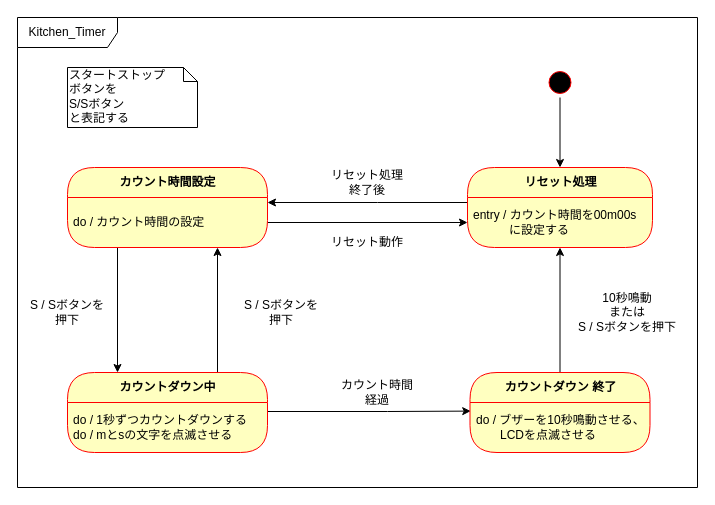
Before: page "ページ2" (1 of 2) of 資料/設計/状態遷移/状態遷移図v0.5.drawio in hakohumi/comp.Kitchen_Timer, a draw.io diagram. Source tidied: cells renumbered, new cells numbered last; positions are measured from the earlier drawing's top-left corner, leaving out a move shared by most shapes. Both pictures are drawn from the tidied source at 100%, with x=0, y=0 at pixel (17, 17).
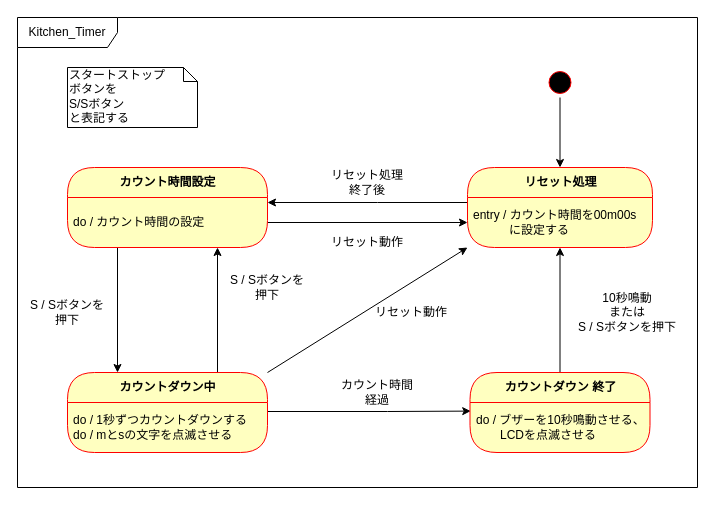
The same diagram, later.

The change refers to these unchanged cells:
```xml
<mxCell id="18" value="カウントダウン中" style="swimlane;html=1;fontStyle=1;align=center;verticalAlign=middle;horizontal=1;startSize=30;fontColor=#000000;rounded=1;arcSize=30;strokeColor=#ff0000;fillColor=#ffffc0;swimlaneFillColor=#ffffc0;" parent="1" vertex="1">
  <mxGeometry x="50" y="355" width="200" height="80" as="geometry" />
</mxCell>
<mxCell id="21" value="entry / カウント時間を00m00s&lt;br&gt;　　　に設定する" style="text;html=1;strokeColor=none;fillColor=none;align=left;verticalAlign=middle;spacingLeft=4;spacingRight=4;whiteSpace=wrap;overflow=hidden;fontColor=#000000;" parent="20" vertex="1">
  <mxGeometry y="30" width="185" height="50" as="geometry" />
</mxCell>
```

Diff of the diagram source:
```diff
@@
     <mxCell id="9" value="S / Sボタンを押下" style="text;html=1;strokeColor=none;fillColor=none;align=center;verticalAlign=middle;whiteSpace=wrap;rounded=0;" parent="1" vertex="1">
-      <mxGeometry x="224" y="285" width="80" height="20" as="geometry" />
+      <mxGeometry x="210" y="260" width="80" height="20" as="geometry" />
     </mxCell>
@@
+    <mxCell id="26" style="endArrow=classic;html=1;entryX=0;entryY=1;entryDx=0;entryDy=0;exitX=1;exitY=0;exitDx=0;exitDy=0;" parent="1" edge="1" source="18" target="21">
+      <mxGeometry relative="1" as="geometry" />
+    </mxCell>
+    <mxCell id="27" value="リセット動作" style="text;html=1;strokeColor=none;fillColor=none;align=center;verticalAlign=middle;whiteSpace=wrap;rounded=0;" parent="1" vertex="1">
+      <mxGeometry x="354" y="285" width="80" height="20" as="geometry" />
+    </mxCell>
```
